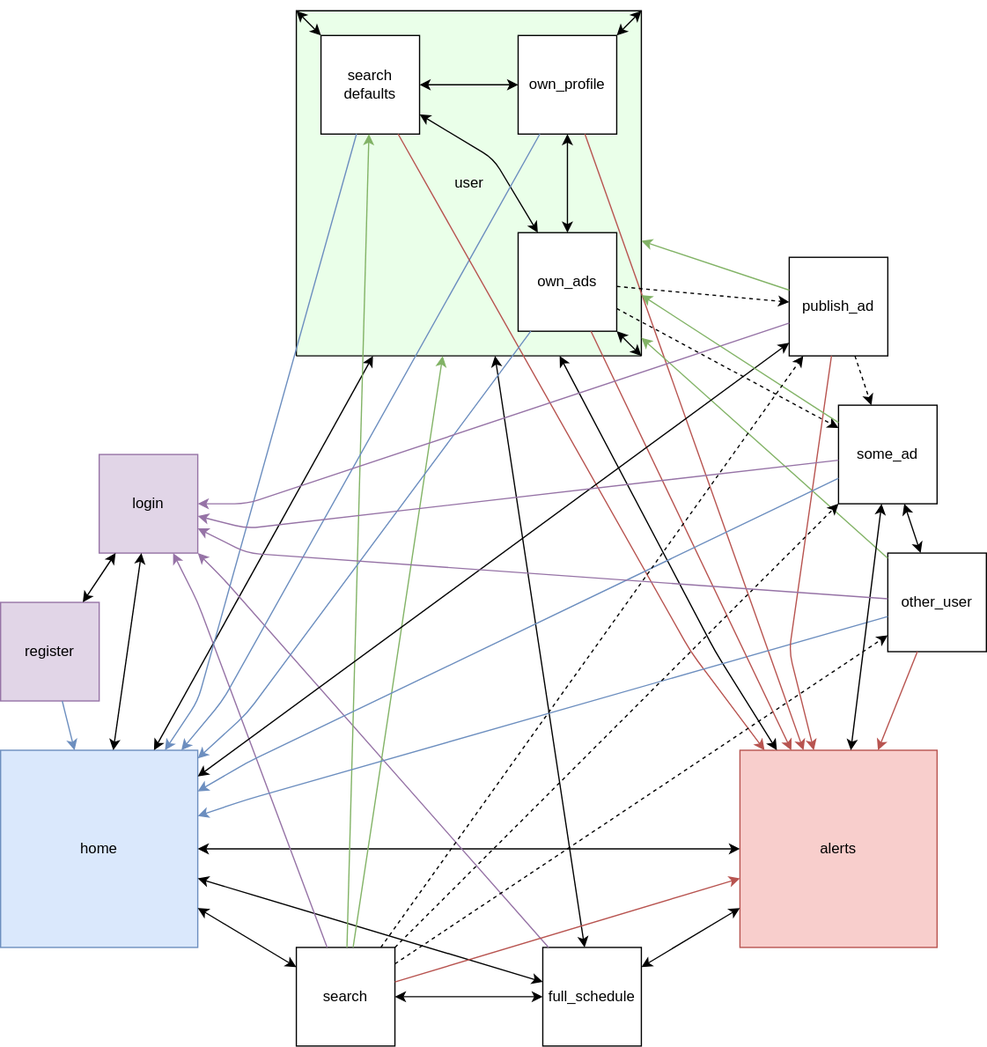
Above: Documentation/Project Architect Files/site layout.svg in Debelyi-Illia/APTeam (draw.io), before the change. Source tidied: cells renumbered, new cells last; positions are measured from the earlier drawing's top-left corner, leaving out a move shared by most shapes. Source of this version:
```xml
<mxGraphModel>
  <root>
    <mxCell id="0" />
    <mxCell id="1" parent="0" />
    <mxCell id="2" style="swimlane;startSize=280;fillColor=#EAFFE9;fillStyle=solid;gradientColor=none;" parent="1" vertex="1">
      <mxGeometry x="240" width="280" height="280" as="geometry" />
    </mxCell>
    <mxCell id="3" value="&lt;div&gt;own_ads&lt;/div&gt;" style="rounded=0;whiteSpace=wrap;html=1;" parent="2" vertex="1">
      <mxGeometry x="180" y="180" width="80" height="80" as="geometry" />
    </mxCell>
    <mxCell id="4" value="&lt;div&gt;own_profile&lt;/div&gt;" style="rounded=0;whiteSpace=wrap;html=1;" parent="2" vertex="1">
      <mxGeometry x="180" y="20" width="80" height="80" as="geometry" />
    </mxCell>
    <mxCell id="5" value="&lt;div&gt;search&lt;/div&gt;&lt;div&gt;defaults&lt;/div&gt;" style="rounded=0;whiteSpace=wrap;html=1;" parent="2" vertex="1">
      <mxGeometry x="20" y="20" width="80" height="80" as="geometry" />
    </mxCell>
    <mxCell id="6" value="user" style="text;html=1;align=center;verticalAlign=middle;strokeColor=none;fillColor=none;" parent="2" vertex="1">
      <mxGeometry x="115" y="125" width="50" height="30" as="geometry" />
    </mxCell>
    <mxCell id="7" style="endArrow=classic;startArrow=classic;html=1;rounded=1;" parent="2" edge="1" source="3" target="2">
      <mxGeometry relative="1" as="geometry" />
    </mxCell>
    <mxCell id="8" style="endArrow=classic;startArrow=classic;html=1;rounded=1;" parent="2" edge="1" source="4" target="2">
      <mxGeometry relative="1" as="geometry" />
    </mxCell>
    <mxCell id="9" style="endArrow=classic;startArrow=classic;html=1;rounded=1;" parent="2" edge="1" source="5" target="2">
      <mxGeometry relative="1" as="geometry" />
    </mxCell>
    <mxCell id="10" style="endArrow=classic;startArrow=classic;html=1;rounded=1;" parent="2" edge="1" source="5" target="4">
      <mxGeometry relative="1" as="geometry" />
    </mxCell>
    <mxCell id="11" style="endArrow=classic;startArrow=classic;html=1;rounded=1;" parent="2" edge="1" source="5" target="3">
      <mxGeometry relative="1" as="geometry">
        <Array as="points">
          <mxPoint x="160" y="120" />
        </Array>
      </mxGeometry>
    </mxCell>
    <mxCell id="12" style="endArrow=classic;startArrow=classic;html=1;rounded=1;" parent="2" edge="1" source="4" target="3">
      <mxGeometry relative="1" as="geometry" />
    </mxCell>
    <mxCell id="13" value="&lt;div&gt;login&lt;/div&gt;" style="rounded=0;whiteSpace=wrap;html=1;fillColor=#e1d5e7;strokeColor=#9673a6;" parent="1" vertex="1">
      <mxGeometry x="80" y="360" width="80" height="80" as="geometry" />
    </mxCell>
    <mxCell id="14" value="&lt;div&gt;home&lt;/div&gt;" style="rounded=0;whiteSpace=wrap;html=1;fillColor=#dae8fc;strokeColor=#6c8ebf;" parent="1" vertex="1">
      <mxGeometry y="600" width="160" height="160" as="geometry" />
    </mxCell>
    <mxCell id="15" value="&lt;div&gt;register&lt;/div&gt;" style="rounded=0;whiteSpace=wrap;html=1;fillColor=#e1d5e7;strokeColor=#9673a6;" parent="1" vertex="1">
      <mxGeometry y="480" width="80" height="80" as="geometry" />
    </mxCell>
    <mxCell id="16" value="&lt;div&gt;&lt;span style=&quot;background-color: initial;&quot;&gt;full_schedule&lt;/span&gt;&lt;br&gt;&lt;/div&gt;" style="rounded=0;whiteSpace=wrap;html=1;" parent="1" vertex="1">
      <mxGeometry x="440" y="760" width="80" height="80" as="geometry" />
    </mxCell>
    <mxCell id="17" style="endArrow=classic;startArrow=classic;html=1;rounded=1;" parent="1" edge="1" source="15" target="13">
      <mxGeometry relative="1" as="geometry" />
    </mxCell>
    <mxCell id="18" value="&lt;div&gt;alerts&lt;/div&gt;" style="rounded=0;whiteSpace=wrap;html=1;fillColor=#f8cecc;strokeColor=#b85450;" parent="1" vertex="1">
      <mxGeometry x="600" y="600" width="160" height="160" as="geometry" />
    </mxCell>
    <mxCell id="19" style="endArrow=classic;startArrow=classic;html=1;rounded=1;" parent="1" edge="1" source="14" target="13">
      <mxGeometry relative="1" as="geometry" />
    </mxCell>
    <mxCell id="20" value="search" style="rounded=0;whiteSpace=wrap;html=1;" parent="1" vertex="1">
      <mxGeometry x="240" y="760" width="80" height="80" as="geometry" />
    </mxCell>
    <mxCell id="21" value="&lt;div&gt;other_user&lt;/div&gt;" style="rounded=0;whiteSpace=wrap;html=1;" parent="1" vertex="1">
      <mxGeometry x="720" y="440" width="80" height="80" as="geometry" />
    </mxCell>
    <mxCell id="22" value="&lt;div&gt;some_ad&lt;/div&gt;" style="rounded=0;whiteSpace=wrap;html=1;" parent="1" vertex="1">
      <mxGeometry x="680" y="320" width="80" height="80" as="geometry" />
    </mxCell>
    <mxCell id="23" value="&lt;div&gt;publish_ad&lt;/div&gt;" style="rounded=0;whiteSpace=wrap;html=1;" parent="1" vertex="1">
      <mxGeometry x="640" y="200" width="80" height="80" as="geometry" />
    </mxCell>
    <mxCell id="24" style="endArrow=classic;html=1;rounded=1;fillColor=#dae8fc;strokeColor=#6c8ebf;" parent="1" edge="1" source="15" target="14">
      <mxGeometry relative="1" as="geometry" />
    </mxCell>
    <mxCell id="25" style="endArrow=classic;startArrow=classic;html=1;rounded=1;" parent="1" edge="1" source="14" target="2">
      <mxGeometry relative="1" as="geometry" />
    </mxCell>
    <mxCell id="26" style="endArrow=classic;startArrow=classic;html=1;rounded=1;" parent="1" edge="1" source="14" target="18">
      <mxGeometry relative="1" as="geometry" />
    </mxCell>
    <mxCell id="27" style="endArrow=classic;startArrow=classic;html=1;rounded=1;" parent="1" edge="1" source="14" target="16">
      <mxGeometry relative="1" as="geometry" />
    </mxCell>
    <mxCell id="28" style="endArrow=classic;startArrow=classic;html=1;rounded=1;" parent="1" edge="1" source="20" target="14">
      <mxGeometry relative="1" as="geometry" />
    </mxCell>
    <mxCell id="29" style="endArrow=classic;startArrow=classic;html=1;rounded=1;" parent="1" edge="1" source="2" target="18">
      <mxGeometry relative="1" as="geometry">
        <Array as="points">
          <mxPoint x="580" y="520" />
        </Array>
      </mxGeometry>
    </mxCell>
    <mxCell id="30" style="endArrow=classic;startArrow=classic;html=1;rounded=1;" parent="1" edge="1" source="16" target="2">
      <mxGeometry relative="1" as="geometry" />
    </mxCell>
    <mxCell id="31" style="endArrow=classic;html=1;rounded=1;fillColor=#e1d5e7;strokeColor=#9673a6;" parent="1" edge="1" source="16" target="13">
      <mxGeometry relative="1" as="geometry">
        <Array as="points">
          <mxPoint x="180" y="460" />
        </Array>
      </mxGeometry>
    </mxCell>
    <mxCell id="32" style="endArrow=classic;startArrow=classic;html=1;rounded=1;" parent="1" edge="1" source="20" target="16">
      <mxGeometry relative="1" as="geometry" />
    </mxCell>
    <mxCell id="33" style="endArrow=classic;html=1;rounded=1;fillColor=#e1d5e7;strokeColor=#9673a6;" parent="1" edge="1" source="20" target="13">
      <mxGeometry relative="1" as="geometry">
        <Array as="points">
          <mxPoint x="160" y="480" />
        </Array>
      </mxGeometry>
    </mxCell>
    <mxCell id="34" style="endArrow=classic;html=1;rounded=1;fillColor=#d5e8d4;strokeColor=#82b366;" parent="1" edge="1" source="20" target="2">
      <mxGeometry relative="1" as="geometry" />
    </mxCell>
    <mxCell id="35" style="endArrow=classic;html=1;rounded=1;fillColor=#d5e8d4;strokeColor=#82b366;" parent="1" edge="1" source="20" target="5">
      <mxGeometry relative="1" as="geometry" />
    </mxCell>
    <mxCell id="36" style="endArrow=classic;html=1;rounded=1;fillColor=#f8cecc;strokeColor=#b85450;" parent="1" edge="1" source="20" target="18">
      <mxGeometry relative="1" as="geometry" />
    </mxCell>
    <mxCell id="37" style="endArrow=classic;html=1;rounded=1;fillColor=#dae8fc;strokeColor=#6c8ebf;" parent="1" edge="1" source="4" target="14">
      <mxGeometry relative="1" as="geometry">
        <Array as="points">
          <mxPoint x="180" y="560" />
        </Array>
      </mxGeometry>
    </mxCell>
    <mxCell id="38" style="endArrow=classic;html=1;rounded=1;fillColor=#f8cecc;strokeColor=#b85450;" parent="1" edge="1" source="4" target="18">
      <mxGeometry relative="1" as="geometry" />
    </mxCell>
    <mxCell id="39" style="endArrow=classic;html=1;rounded=1;fillColor=#dae8fc;strokeColor=#6c8ebf;" parent="1" edge="1" source="5" target="14">
      <mxGeometry relative="1" as="geometry">
        <Array as="points">
          <mxPoint x="160" y="560" />
        </Array>
      </mxGeometry>
    </mxCell>
    <mxCell id="40" style="endArrow=classic;html=1;rounded=1;fillColor=#f8cecc;strokeColor=#b85450;" parent="1" edge="1" source="5" target="18">
      <mxGeometry relative="1" as="geometry">
        <Array as="points">
          <mxPoint x="560" y="520" />
        </Array>
      </mxGeometry>
    </mxCell>
    <mxCell id="41" style="endArrow=classic;html=1;rounded=1;fillColor=#f8cecc;strokeColor=#b85450;" parent="1" edge="1" source="21" target="18">
      <mxGeometry relative="1" as="geometry" />
    </mxCell>
    <mxCell id="42" style="endArrow=classic;html=1;rounded=1;fillColor=#dae8fc;strokeColor=#6c8ebf;" parent="1" edge="1" source="21" target="14">
      <mxGeometry relative="1" as="geometry">
        <Array as="points">
          <mxPoint x="200" y="640" />
        </Array>
      </mxGeometry>
    </mxCell>
    <mxCell id="43" style="endArrow=classic;html=1;rounded=1;fillColor=#d5e8d4;strokeColor=#82b366;" parent="1" edge="1" source="21" target="2">
      <mxGeometry relative="1" as="geometry" />
    </mxCell>
    <mxCell id="44" style="endArrow=classic;html=1;rounded=1;dashed=1;" parent="1" edge="1" source="20" target="21">
      <mxGeometry relative="1" as="geometry" />
    </mxCell>
    <mxCell id="45" style="endArrow=classic;startArrow=classic;html=1;rounded=1;" parent="1" edge="1" source="18" target="16">
      <mxGeometry relative="1" as="geometry" />
    </mxCell>
    <mxCell id="46" style="endArrow=classic;startArrow=classic;html=1;rounded=1;" parent="1" edge="1" source="18" target="22">
      <mxGeometry relative="1" as="geometry" />
    </mxCell>
    <mxCell id="47" style="endArrow=classic;html=1;rounded=1;fillColor=#f8cecc;strokeColor=#b85450;" parent="1" edge="1" source="3" target="18">
      <mxGeometry relative="1" as="geometry" />
    </mxCell>
    <mxCell id="48" style="endArrow=classic;html=1;rounded=1;fillColor=#dae8fc;strokeColor=#6c8ebf;" parent="1" edge="1" source="3" target="14">
      <mxGeometry relative="1" as="geometry">
        <Array as="points">
          <mxPoint x="200" y="570" />
        </Array>
      </mxGeometry>
    </mxCell>
    <mxCell id="49" style="endArrow=classic;html=1;rounded=1;dashed=1;" parent="1" edge="1" source="3" target="22">
      <mxGeometry relative="1" as="geometry" />
    </mxCell>
    <mxCell id="50" style="endArrow=classic;html=1;rounded=1;dashed=1;" parent="1" edge="1" source="3" target="23">
      <mxGeometry relative="1" as="geometry" />
    </mxCell>
    <mxCell id="51" style="endArrow=classic;html=1;rounded=1;fillColor=#e1d5e7;strokeColor=#9673a6;" parent="1" edge="1" source="23" target="13">
      <mxGeometry relative="1" as="geometry">
        <Array as="points">
          <mxPoint x="200" y="400" />
        </Array>
      </mxGeometry>
    </mxCell>
    <mxCell id="52" style="endArrow=classic;startArrow=classic;html=1;rounded=1;" parent="1" edge="1" source="23" target="14">
      <mxGeometry relative="1" as="geometry" />
    </mxCell>
    <mxCell id="53" style="endArrow=classic;html=1;rounded=1;fillColor=#d5e8d4;strokeColor=#82b366;" parent="1" edge="1" source="23" target="2">
      <mxGeometry relative="1" as="geometry" />
    </mxCell>
    <mxCell id="54" style="endArrow=classic;html=1;rounded=1;dashed=1;" parent="1" edge="1" source="23" target="22">
      <mxGeometry relative="1" as="geometry" />
    </mxCell>
    <mxCell id="55" style="endArrow=classic;html=1;rounded=1;fillColor=#f8cecc;strokeColor=#b85450;" parent="1" edge="1" source="23" target="18">
      <mxGeometry relative="1" as="geometry">
        <Array as="points">
          <mxPoint x="640" y="520" />
        </Array>
      </mxGeometry>
    </mxCell>
    <mxCell id="56" style="endArrow=classic;html=1;rounded=1;fillColor=#e1d5e7;strokeColor=#9673a6;" parent="1" edge="1" source="22" target="13">
      <mxGeometry relative="1" as="geometry">
        <Array as="points">
          <mxPoint x="200" y="420" />
        </Array>
      </mxGeometry>
    </mxCell>
    <mxCell id="57" style="endArrow=classic;html=1;rounded=1;fillColor=#dae8fc;strokeColor=#6c8ebf;" parent="1" edge="1" source="22" target="14">
      <mxGeometry relative="1" as="geometry">
        <Array as="points">
          <mxPoint x="200" y="610" />
        </Array>
      </mxGeometry>
    </mxCell>
    <mxCell id="58" style="endArrow=classic;html=1;rounded=1;fillColor=#d5e8d4;strokeColor=#82b366;" parent="1" edge="1" source="22" target="2">
      <mxGeometry relative="1" as="geometry" />
    </mxCell>
    <mxCell id="59" style="endArrow=classic;startArrow=classic;html=1;rounded=1;" parent="1" edge="1" source="21" target="22">
      <mxGeometry relative="1" as="geometry" />
    </mxCell>
    <mxCell id="60" style="endArrow=classic;html=1;rounded=1;dashed=1;" parent="1" edge="1" source="20" target="23">
      <mxGeometry relative="1" as="geometry" />
    </mxCell>
    <mxCell id="61" style="endArrow=classic;html=1;rounded=1;dashed=1;" parent="1" edge="1" source="20" target="22">
      <mxGeometry relative="1" as="geometry" />
    </mxCell>
    <mxCell id="62" style="endArrow=classic;html=1;rounded=1;fillColor=#e1d5e7;strokeColor=#9673a6;" parent="1" edge="1" source="21" target="13">
      <mxGeometry relative="1" as="geometry">
        <Array as="points">
          <mxPoint x="200" y="440" />
        </Array>
      </mxGeometry>
    </mxCell>
  </root>
</mxGraphModel>
```
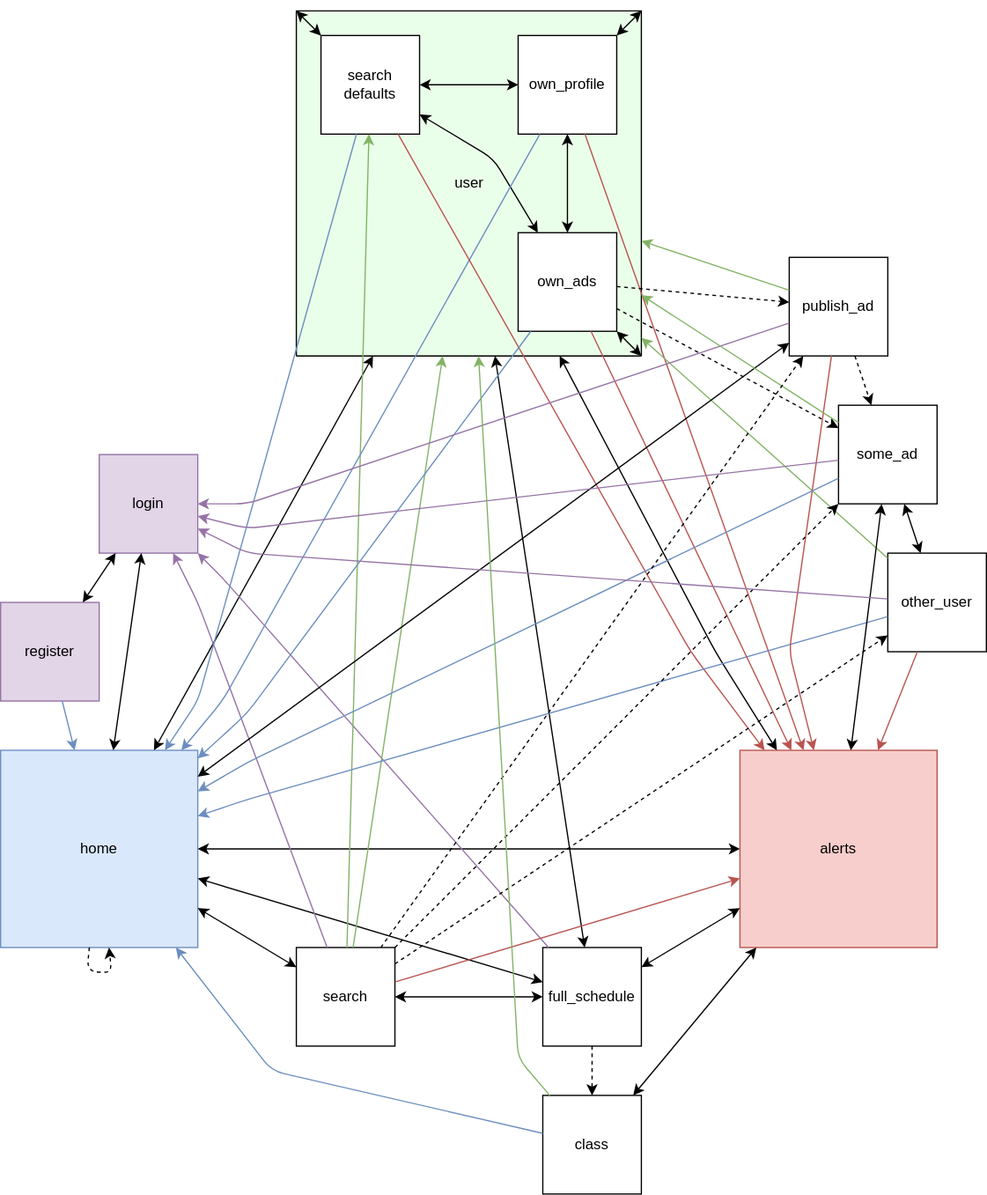
The same file after the commit.

What changed in the source:
```diff
@@ -241,5 +241,35 @@
         </Array>
       </mxGeometry>
     </mxCell>
+    <mxCell id="63" style="endArrow=classic;html=1;rounded=1;dashed=1;" parent="1" edge="1" source="14" target="14">
+      <mxGeometry relative="1" as="geometry">
+        <Array as="points">
+          <mxPoint x="80" y="780" />
+        </Array>
+      </mxGeometry>
+    </mxCell>
+    <mxCell id="64" value="&lt;div&gt;class&lt;br&gt;&lt;/div&gt;" style="rounded=0;whiteSpace=wrap;html=1;" parent="1" vertex="1">
+      <mxGeometry x="440" y="880" width="80" height="80" as="geometry" />
+    </mxCell>
+    <mxCell id="65" style="endArrow=classic;startArrow=classic;html=1;rounded=1;" parent="1" edge="1" source="18" target="64">
+      <mxGeometry relative="1" as="geometry" />
+    </mxCell>
+    <mxCell id="66" style="endArrow=classic;html=1;rounded=1;fillColor=#dae8fc;strokeColor=#6c8ebf;" parent="1" edge="1" source="64" target="14">
+      <mxGeometry relative="1" as="geometry">
+        <Array as="points">
+          <mxPoint x="220" y="860" />
+        </Array>
+      </mxGeometry>
+    </mxCell>
+    <mxCell id="67" style="endArrow=classic;html=1;rounded=1;fillColor=#d5e8d4;strokeColor=#82b366;" parent="1" edge="1" source="64" target="2">
+      <mxGeometry relative="1" as="geometry">
+        <Array as="points">
+          <mxPoint x="420" y="850" />
+        </Array>
+      </mxGeometry>
+    </mxCell>
+    <mxCell id="68" style="endArrow=classic;html=1;rounded=1;dashed=1;" parent="1" edge="1" source="16" target="64">
+      <mxGeometry relative="1" as="geometry" />
+    </mxCell>
   </root>
 </mxGraphModel>
```
